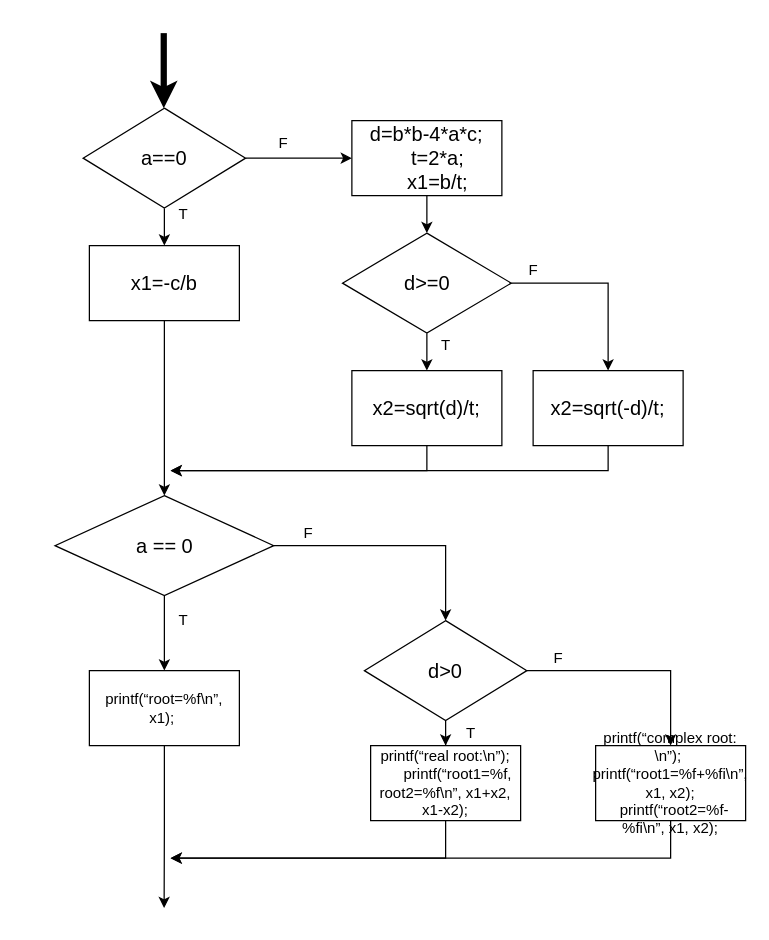
The draw.io diagram ee.drawio in chensiyi0904/draw.io, before the edit. Source tidied: cells renumbered, new cells numbered last; positions are measured from the earlier drawing's top-left corner, leaving out a move shared by most shapes. Both pictures are drawn from the tidied source at 125%, with x=0, y=0 at pixel (55, 32).
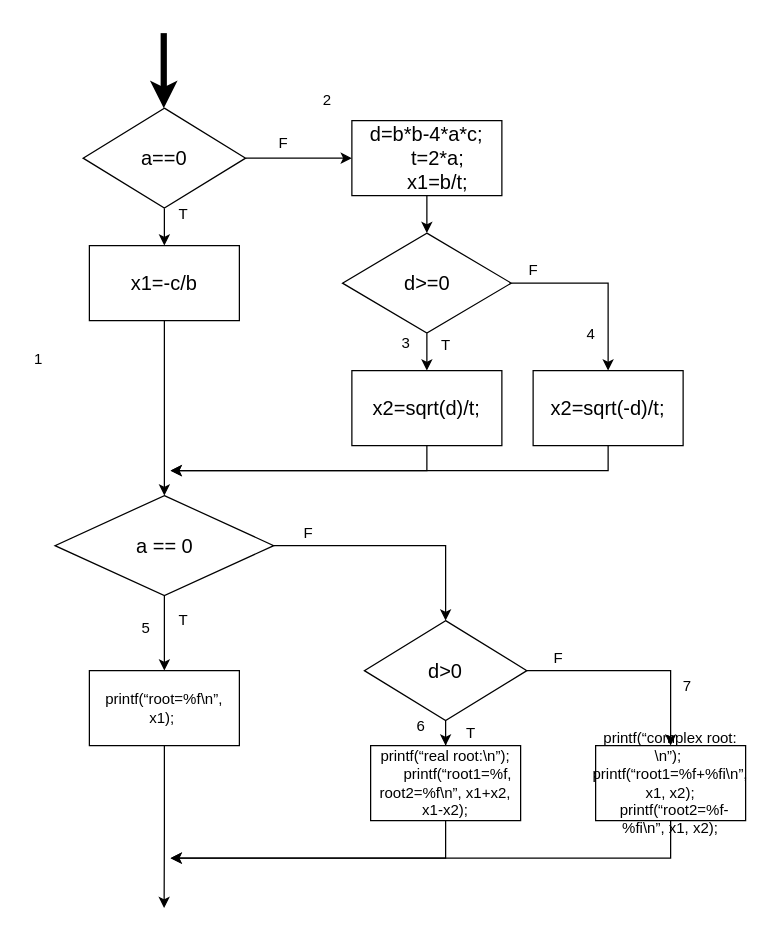
The same diagram, later.

The edit, as a diff of the source:
```diff
@@
+    <mxCell id="37" value="1" style="text;html=1;align=center;verticalAlign=middle;strokeColor=none;fillColor=none;" parent="1" vertex="1">
+      <mxGeometry x="-27" y="248" width="25" height="26" as="geometry" />
+    </mxCell>
+    <mxCell id="38" value="2" style="text;html=1;align=center;verticalAlign=middle;strokeColor=none;fillColor=none;" parent="1" vertex="1">
+      <mxGeometry x="204" y="41" width="25" height="26" as="geometry" />
+    </mxCell>
+    <mxCell id="39" value="3" style="text;html=1;align=center;verticalAlign=middle;strokeColor=none;fillColor=none;" parent="1" vertex="1">
+      <mxGeometry x="267" y="235" width="25" height="26" as="geometry" />
+    </mxCell>
+    <mxCell id="40" value="4" style="text;html=1;align=center;verticalAlign=middle;strokeColor=none;fillColor=none;" parent="1" vertex="1">
+      <mxGeometry x="415" y="228" width="25" height="26" as="geometry" />
+    </mxCell>
+    <mxCell id="41" value="5" style="text;html=1;align=center;verticalAlign=middle;strokeColor=none;fillColor=none;" parent="1" vertex="1">
+      <mxGeometry x="59" y="463" width="25" height="26" as="geometry" />
+    </mxCell>
+    <mxCell id="42" value="6" style="text;html=1;align=center;verticalAlign=middle;strokeColor=none;fillColor=none;" parent="1" vertex="1">
+      <mxGeometry x="279" y="542" width="25" height="26" as="geometry" />
+    </mxCell>
+    <mxCell id="43" value="7" style="text;html=1;align=center;verticalAlign=middle;strokeColor=none;fillColor=none;" parent="1" vertex="1">
+      <mxGeometry x="492" y="510" width="25" height="26" as="geometry" />
+    </mxCell>
```
